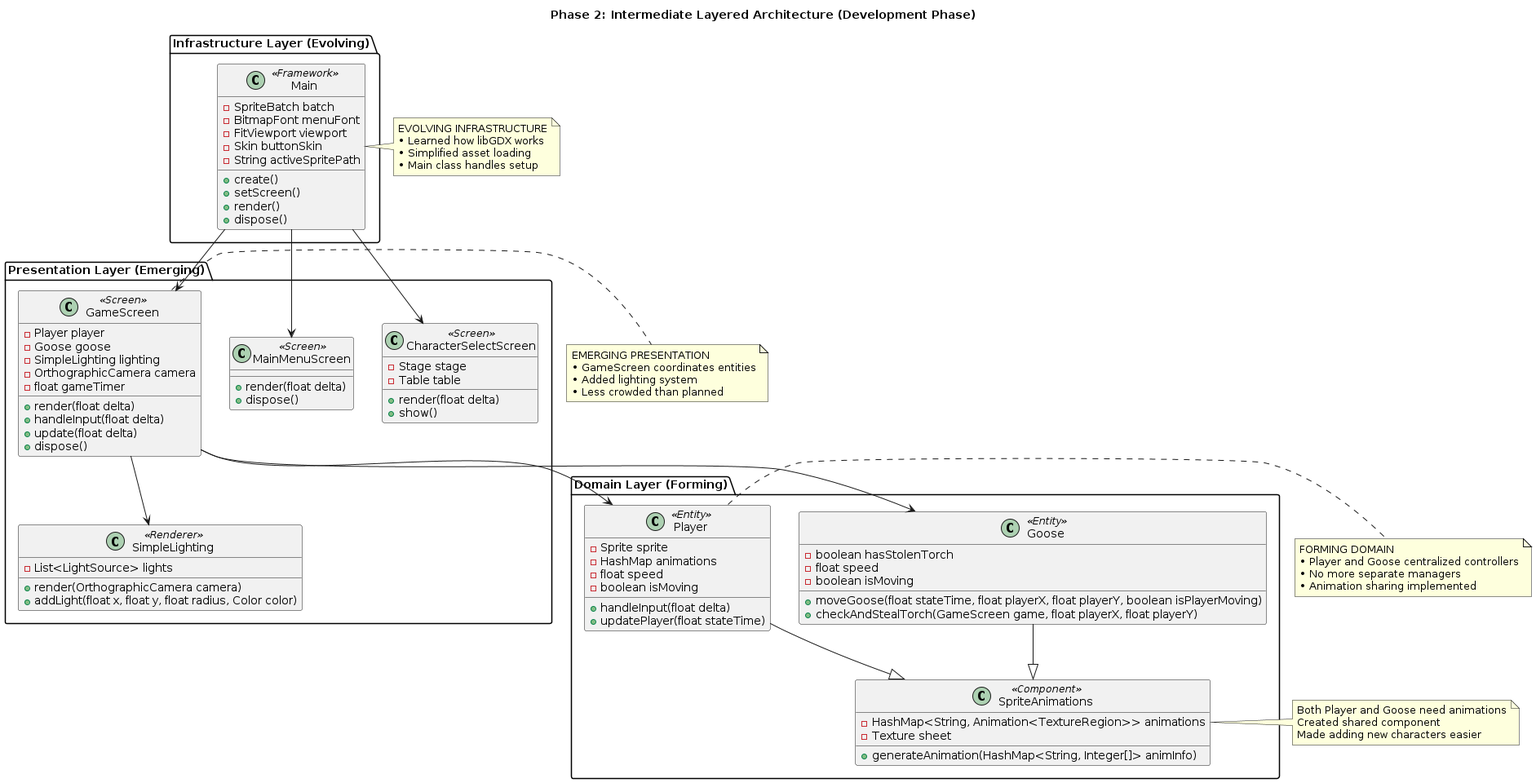
The PlantUML diagram assets/images/ClassDiagrams/ClassV2.png in xqg506/Escape_University_Website, before a commit.
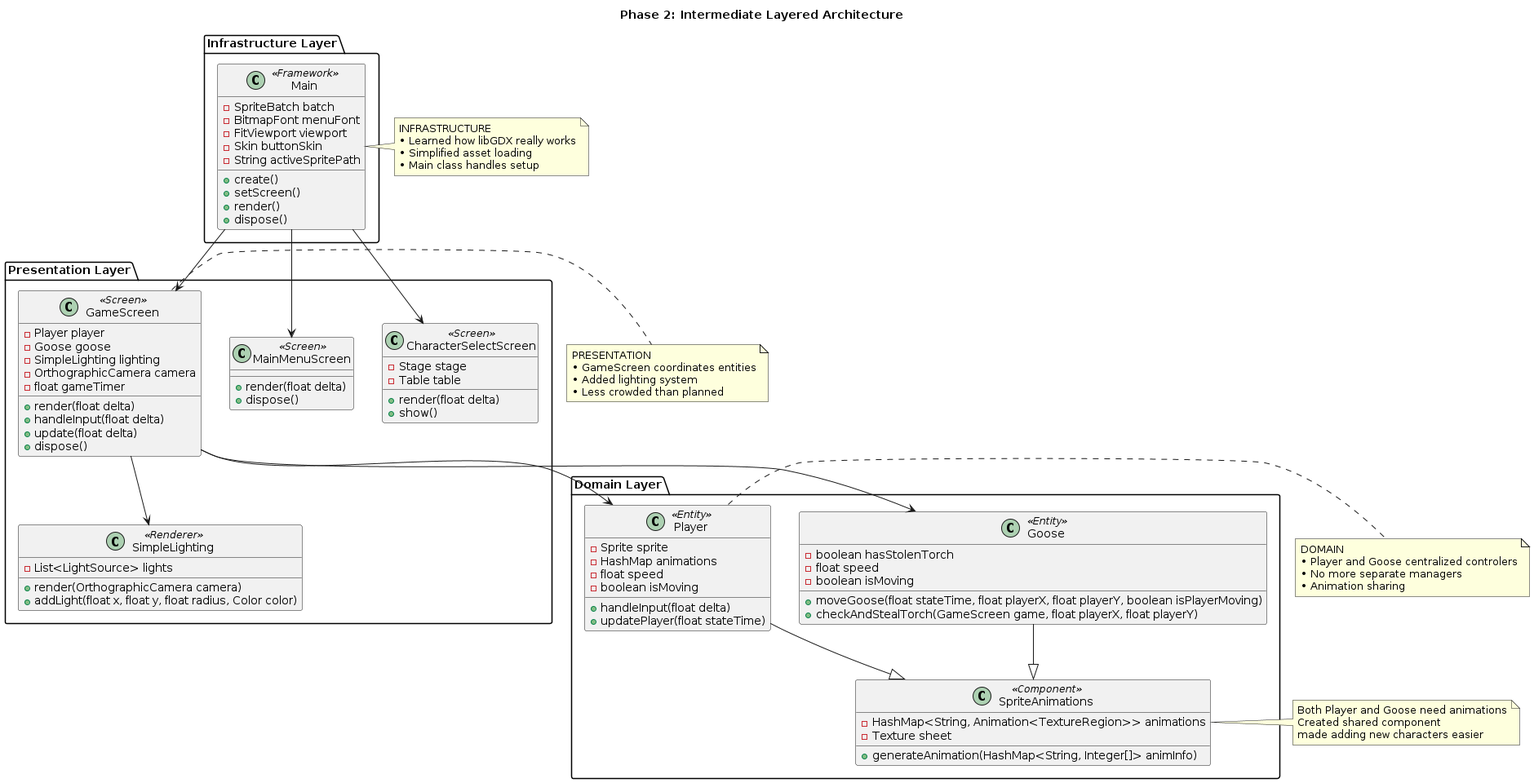
After the change.

Commit message:
feat: replaced class diagrams

Diff of the diagram source:
```diff
@@ -1,7 +1,7 @@
 @startuml
-title Phase 2: Intermediate Layered Architecture (Development Phase)
+title Phase 2: Intermediate Layered Architecture
 
-package "Infrastructure Layer (Evolving)" {
+package "Infrastructure Layer" {
   class Main <<Framework>> {
     - SpriteBatch batch
     - BitmapFont menuFont
@@ -15,7 +15,7 @@
   }
 }
 
-package "Presentation Layer (Emerging)" {
+package "Presentation Layer" {
   class GameScreen <<Screen>> {
     - Player player
     - Goose goose
@@ -47,7 +47,7 @@
   }
 }
 
-package "Domain Layer (Forming)" {
+package "Domain Layer" {
   class Player <<Entity>> {
     - Sprite sprite
     - HashMap animations
@@ -84,29 +84,29 @@
 Goose --|> SpriteAnimations
 
 note right of Main
-  EVOLVING INFRASTRUCTURE
-  • Learned how libGDX works
+  INFRASTRUCTURE
+  • Learned how libGDX really works
   • Simplified asset loading
   • Main class handles setup
 end note
 
 note right of GameScreen
-  EMERGING PRESENTATION
+  PRESENTATION
   • GameScreen coordinates entities
   • Added lighting system
   • Less crowded than planned
 end note
 
 note right of Player
-  FORMING DOMAIN
-  • Player and Goose centralized controllers
+  DOMAIN
+  • Player and Goose centralized controlers
   • No more separate managers
-  • Animation sharing implemented
+  • Animation sharing
 end note
 
 note right of SpriteAnimations
   Both Player and Goose need animations
   Created shared component
-  Made adding new characters easier
+  made adding new characters easier
 end note
 @enduml
```
